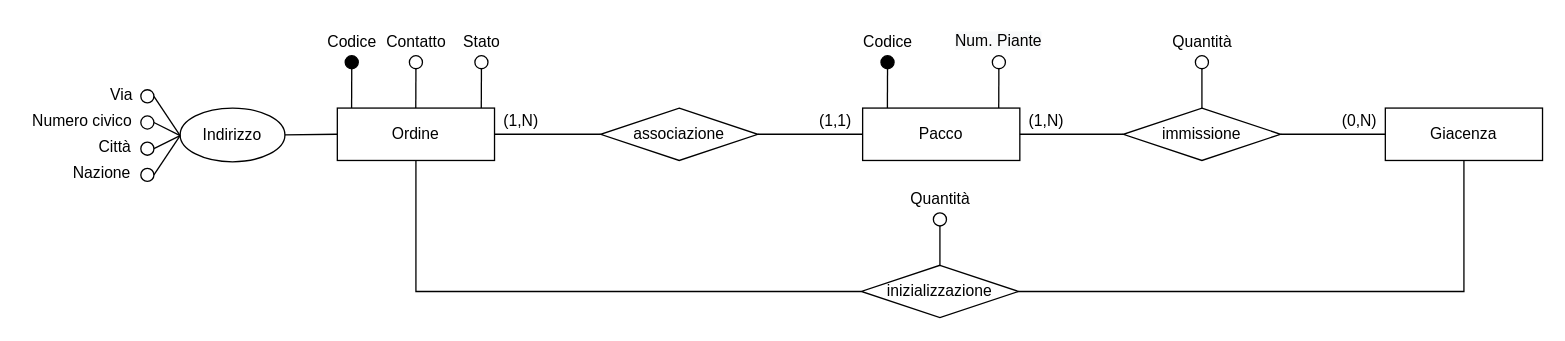
This is ER-diagrams/ER-Ordine.drawio from nic-agos/Verde-S.R.L, a draw.io file, before an edit. Source tidied: cells renumbered, new cells numbered last; positions are measured from the earlier drawing's top-left corner, leaving out a move shared by most shapes. Both pictures are drawn from the tidied source at 131%, with x=0, y=0 at pixel (22, 22).
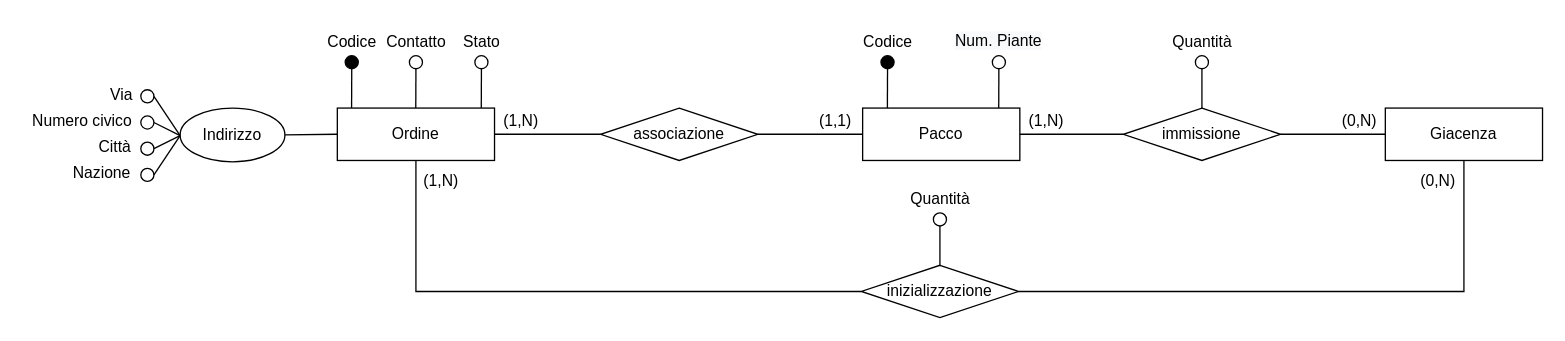
Above is the later version.

The edit, as a diff of the source:
```diff
@@
+    <mxCell id="53" value="(1,N)" style="text;html=1;align=center;verticalAlign=middle;strokeColor=none;fillColor=none;" parent="1" vertex="1">
+      <mxGeometry x="299" y="111" width="40" height="20" as="geometry" />
+    </mxCell>
+    <mxCell id="54" value="(0,N)" style="text;html=1;align=center;verticalAlign=middle;strokeColor=none;fillColor=none;" parent="1" vertex="1">
+      <mxGeometry x="1060" y="111" width="40" height="20" as="geometry" />
+    </mxCell>
```
